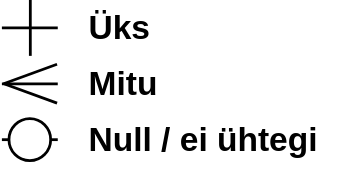
The draw.io diagram pildid/Olemi_otsad.svg in Rihosepp-40B/TarkvaraArendusprotsess, before a commit. Source tidied: cells renumbered, new cells last; positions are measured from the earlier drawing's top-left corner, leaving out a move shared by most shapes. The source it was exported from:
```xml
<mxGraphModel>
  <root>
    <mxCell id="0" />
    <mxCell id="1" parent="0" />
    <mxCell id="2" style="line;strokeWidth=2;html=1;fontColor=light-dark(#000000,#D4AF37);strokeColor=light-dark(#000000,#D4AF37);" parent="1" vertex="1">
      <mxGeometry y="55" width="40" height="10" as="geometry" />
    </mxCell>
    <mxCell id="3" style="line;strokeWidth=2;html=1;rotation=-20;fontColor=light-dark(#000000,#D4AF37);strokeColor=light-dark(#000000,#D4AF37);" parent="1" vertex="1">
      <mxGeometry y="48" width="40.7" height="10" as="geometry" />
    </mxCell>
    <mxCell id="4" style="line;strokeWidth=2;html=1;rotation=20;fontColor=light-dark(#000000,#D4AF37);strokeColor=light-dark(#000000,#D4AF37);" parent="1" vertex="1">
      <mxGeometry x="0.7" y="62" width="40" height="10" as="geometry" />
    </mxCell>
    <mxCell id="5" style="line;strokeWidth=2;html=1;fontColor=light-dark(#000000,#D4AF37);strokeColor=light-dark(#000000,#D4AF37);" parent="1" vertex="1">
      <mxGeometry y="15" width="40" height="10" as="geometry" />
    </mxCell>
    <mxCell id="6" style="line;strokeWidth=2;html=1;direction=south;fontColor=light-dark(#000000,#D4AF37);strokeColor=light-dark(#000000,#D4AF37);" parent="1" vertex="1">
      <mxGeometry x="15.4" width="10" height="40" as="geometry" />
    </mxCell>
    <mxCell id="7" style="line;strokeWidth=2;html=1;fontColor=light-dark(#000000,#D4AF37);strokeColor=light-dark(#000000,#D4AF37);" parent="1" vertex="1">
      <mxGeometry x="34.9" y="95" width="5.1" height="10" as="geometry" />
    </mxCell>
    <mxCell id="8" style="verticalLabelPosition=bottom;verticalAlign=top;html=1;shape=mxgraph.flowchart.on-page_reference;fillColor=none;strokeWidth=2;fontColor=light-dark(#000000,#D4AF37);strokeColor=light-dark(#000000,#D4AF37);" parent="1" vertex="1">
      <mxGeometry x="5.1" y="85" width="29.9" height="30" as="geometry" />
    </mxCell>
    <mxCell id="9" style="line;strokeWidth=2;html=1;fontColor=light-dark(#000000,#D4AF37);strokeColor=light-dark(#000000,#D4AF37);" parent="1" vertex="1">
      <mxGeometry y="95" width="5.1" height="10" as="geometry" />
    </mxCell>
    <mxCell id="10" value="Üks" style="text;strokeColor=none;fillColor=none;html=1;fontSize=24;fontStyle=1;verticalAlign=middle;align=left;fontColor=light-dark(#000000,#D4AF37);" parent="1" vertex="1">
      <mxGeometry x="60" width="100" height="40" as="geometry" />
    </mxCell>
    <mxCell id="11" value="Mitu" style="text;strokeColor=none;fillColor=none;html=1;fontSize=24;fontStyle=1;verticalAlign=middle;align=left;fontColor=light-dark(#000000,#D4AF37);" parent="1" vertex="1">
      <mxGeometry x="60" y="40" width="100" height="40" as="geometry" />
    </mxCell>
    <mxCell id="12" value="Null / ei ühtegi" style="text;strokeColor=none;fillColor=none;html=1;fontSize=24;fontStyle=1;verticalAlign=middle;align=left;fontColor=light-dark(#000000,#D4AF37);" parent="1" vertex="1">
      <mxGeometry x="60" y="80" width="180" height="40" as="geometry" />
    </mxCell>
  </root>
</mxGraphModel>
```
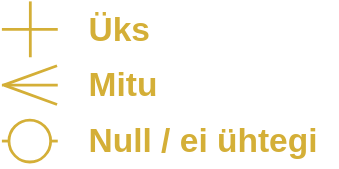
Above is the later version.

The edit, as a diff of the source:
```diff
@@ -2,37 +2,37 @@
   <root>
     <mxCell id="0" />
     <mxCell id="1" parent="0" />
-    <mxCell id="2" style="line;strokeWidth=2;html=1;fontColor=light-dark(#000000,#D4AF37);strokeColor=light-dark(#000000,#D4AF37);" parent="1" vertex="1">
+    <mxCell id="2" style="line;strokeWidth=2;html=1;fontColor=light-dark(#D4AF37,#D4AF37);strokeColor=light-dark(#D4AF37,#D4AF37);" parent="1" vertex="1">
       <mxGeometry y="55" width="40" height="10" as="geometry" />
     </mxCell>
-    <mxCell id="3" style="line;strokeWidth=2;html=1;rotation=-20;fontColor=light-dark(#000000,#D4AF37);strokeColor=light-dark(#000000,#D4AF37);" parent="1" vertex="1">
+    <mxCell id="3" style="line;strokeWidth=2;html=1;rotation=-20;fontColor=light-dark(#D4AF37,#D4AF37);strokeColor=light-dark(#D4AF37,#D4AF37);" parent="1" vertex="1">
       <mxGeometry y="48" width="40.7" height="10" as="geometry" />
     </mxCell>
-    <mxCell id="4" style="line;strokeWidth=2;html=1;rotation=20;fontColor=light-dark(#000000,#D4AF37);strokeColor=light-dark(#000000,#D4AF37);" parent="1" vertex="1">
+    <mxCell id="4" style="line;strokeWidth=2;html=1;rotation=20;fontColor=light-dark(#D4AF37,#D4AF37);strokeColor=light-dark(#D4AF37,#D4AF37);" parent="1" vertex="1">
       <mxGeometry x="0.7" y="62" width="40" height="10" as="geometry" />
     </mxCell>
-    <mxCell id="5" style="line;strokeWidth=2;html=1;fontColor=light-dark(#000000,#D4AF37);strokeColor=light-dark(#000000,#D4AF37);" parent="1" vertex="1">
+    <mxCell id="5" style="line;strokeWidth=2;html=1;fontColor=light-dark(#D4AF37,#D4AF37);strokeColor=light-dark(#D4AF37,#D4AF37);" parent="1" vertex="1">
       <mxGeometry y="15" width="40" height="10" as="geometry" />
     </mxCell>
-    <mxCell id="6" style="line;strokeWidth=2;html=1;direction=south;fontColor=light-dark(#000000,#D4AF37);strokeColor=light-dark(#000000,#D4AF37);" parent="1" vertex="1">
+    <mxCell id="6" style="line;strokeWidth=2;html=1;direction=south;fontColor=light-dark(#D4AF37,#D4AF37);strokeColor=light-dark(#D4AF37,#D4AF37);" parent="1" vertex="1">
       <mxGeometry x="15.4" width="10" height="40" as="geometry" />
     </mxCell>
-    <mxCell id="7" style="line;strokeWidth=2;html=1;fontColor=light-dark(#000000,#D4AF37);strokeColor=light-dark(#000000,#D4AF37);" parent="1" vertex="1">
+    <mxCell id="7" style="line;strokeWidth=2;html=1;fontColor=light-dark(#D4AF37,#D4AF37);strokeColor=light-dark(#D4AF37,#D4AF37);" parent="1" vertex="1">
       <mxGeometry x="34.9" y="95" width="5.1" height="10" as="geometry" />
     </mxCell>
-    <mxCell id="8" style="verticalLabelPosition=bottom;verticalAlign=top;html=1;shape=mxgraph.flowchart.on-page_reference;fillColor=none;strokeWidth=2;fontColor=light-dark(#000000,#D4AF37);strokeColor=light-dark(#000000,#D4AF37);" parent="1" vertex="1">
+    <mxCell id="8" style="verticalLabelPosition=bottom;verticalAlign=top;html=1;shape=mxgraph.flowchart.on-page_reference;fillColor=none;strokeWidth=2;fontColor=light-dark(#D4AF37,#D4AF37);strokeColor=light-dark(#D4AF37,#D4AF37);" parent="1" vertex="1">
       <mxGeometry x="5.1" y="85" width="29.9" height="30" as="geometry" />
     </mxCell>
-    <mxCell id="9" style="line;strokeWidth=2;html=1;fontColor=light-dark(#000000,#D4AF37);strokeColor=light-dark(#000000,#D4AF37);" parent="1" vertex="1">
+    <mxCell id="9" style="line;strokeWidth=2;html=1;fontColor=light-dark(#D4AF37,#D4AF37);strokeColor=light-dark(#D4AF37,#D4AF37);" parent="1" vertex="1">
       <mxGeometry y="95" width="5.1" height="10" as="geometry" />
     </mxCell>
-    <mxCell id="10" value="Üks" style="text;strokeColor=none;fillColor=none;html=1;fontSize=24;fontStyle=1;verticalAlign=middle;align=left;fontColor=light-dark(#000000,#D4AF37);" parent="1" vertex="1">
+    <mxCell id="10" value="Üks" style="text;strokeColor=none;fillColor=none;html=1;fontSize=24;fontStyle=1;verticalAlign=middle;align=left;fontColor=light-dark(#D4AF37,#D4AF37);" parent="1" vertex="1">
       <mxGeometry x="60" width="100" height="40" as="geometry" />
     </mxCell>
-    <mxCell id="11" value="Mitu" style="text;strokeColor=none;fillColor=none;html=1;fontSize=24;fontStyle=1;verticalAlign=middle;align=left;fontColor=light-dark(#000000,#D4AF37);" parent="1" vertex="1">
+    <mxCell id="11" value="Mitu" style="text;strokeColor=none;fillColor=none;html=1;fontSize=24;fontStyle=1;verticalAlign=middle;align=left;fontColor=light-dark(#D4AF37,#D4AF37);" parent="1" vertex="1">
       <mxGeometry x="60" y="40" width="100" height="40" as="geometry" />
     </mxCell>
-    <mxCell id="12" value="Null / ei ühtegi" style="text;strokeColor=none;fillColor=none;html=1;fontSize=24;fontStyle=1;verticalAlign=middle;align=left;fontColor=light-dark(#000000,#D4AF37);" parent="1" vertex="1">
+    <mxCell id="12" value="Null / ei ühtegi" style="text;strokeColor=none;fillColor=none;html=1;fontSize=24;fontStyle=1;verticalAlign=middle;align=left;fontColor=light-dark(#D4AF37,#D4AF37);" parent="1" vertex="1">
       <mxGeometry x="60" y="80" width="180" height="40" as="geometry" />
     </mxCell>
   </root>
```
